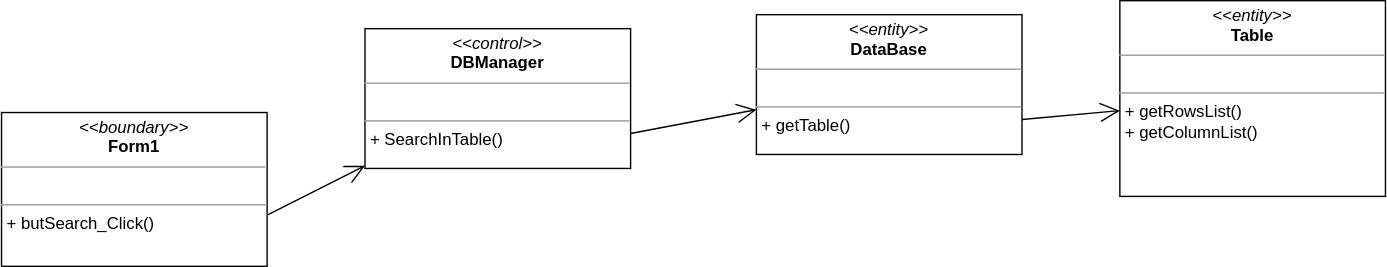
Before: 1etap/2diagram.svg, a diagram exported from draw.io (Afformativ/ITLAB). Source tidied: cells renumbered, new cells last; positions are measured from the earlier drawing's top-left corner, leaving out a move shared by most shapes. Its diagram source:
```xml
<mxGraphModel>
  <root>
    <mxCell id="0" />
    <mxCell id="1" parent="0" />
    <mxCell id="2" value="&lt;p style=&quot;margin:0px;margin-top:4px;text-align:center;&quot;&gt;&lt;i&gt;&amp;lt;&amp;lt;boundary&amp;gt;&amp;gt;&lt;/i&gt;&lt;br&gt;&lt;b&gt;Form1&lt;/b&gt;&lt;/p&gt;&lt;hr size=&quot;1&quot;&gt;&lt;p style=&quot;margin:0px;margin-left:4px;&quot;&gt;&lt;br&gt;&lt;/p&gt;&lt;hr size=&quot;1&quot;&gt;&lt;p style=&quot;margin:0px;margin-left:4px;&quot;&gt;+ butSearch_Click()&lt;/p&gt;" style="verticalAlign=top;align=left;overflow=fill;fontSize=12;fontFamily=Helvetica;html=1;" parent="1" vertex="1">
      <mxGeometry y="80" width="190" height="110" as="geometry" />
    </mxCell>
    <mxCell id="3" style="endArrow=open;endFill=1;endSize=12;html=1;rounded=0;exitX=1.004;exitY=0.664;exitDx=0;exitDy=0;exitPerimeter=0;" parent="1" edge="1" source="2" target="4">
      <mxGeometry relative="1" as="geometry" />
    </mxCell>
    <mxCell id="4" value="&lt;p style=&quot;margin:0px;margin-top:4px;text-align:center;&quot;&gt;&lt;i&gt;&amp;lt;&amp;lt;control&amp;gt;&amp;gt;&lt;/i&gt;&lt;br&gt;&lt;b&gt;DBManager&lt;/b&gt;&lt;/p&gt;&lt;hr size=&quot;1&quot;&gt;&lt;p style=&quot;margin:0px;margin-left:4px;&quot;&gt;&lt;br&gt;&lt;/p&gt;&lt;hr size=&quot;1&quot;&gt;&lt;p style=&quot;margin:0px;margin-left:4px;&quot;&gt;+ SearchInTable()&lt;/p&gt;" style="verticalAlign=top;align=left;overflow=fill;fontSize=12;fontFamily=Helvetica;html=1;" parent="1" vertex="1">
      <mxGeometry x="260" y="20" width="190" height="100" as="geometry" />
    </mxCell>
    <mxCell id="5" style="endArrow=open;endFill=1;endSize=12;html=1;rounded=0;exitX=1;exitY=0.75;exitDx=0;exitDy=0;" parent="1" edge="1" source="4" target="6">
      <mxGeometry relative="1" as="geometry" />
    </mxCell>
    <mxCell id="6" value="&lt;p style=&quot;margin:0px;margin-top:4px;text-align:center;&quot;&gt;&lt;i&gt;&amp;lt;&amp;lt;entity&amp;gt;&amp;gt;&lt;/i&gt;&lt;br&gt;&lt;b&gt;DataBase&lt;/b&gt;&lt;/p&gt;&lt;hr size=&quot;1&quot;&gt;&lt;p style=&quot;margin:0px;margin-left:4px;&quot;&gt;&lt;br&gt;&lt;/p&gt;&lt;hr size=&quot;1&quot;&gt;&lt;p style=&quot;margin:0px;margin-left:4px;&quot;&gt;+ getTable()&lt;/p&gt;" style="verticalAlign=top;align=left;overflow=fill;fontSize=12;fontFamily=Helvetica;html=1;" parent="1" vertex="1">
      <mxGeometry x="540" y="10" width="190" height="100" as="geometry" />
    </mxCell>
    <mxCell id="7" style="endArrow=open;endFill=1;endSize=12;html=1;rounded=0;exitX=1;exitY=0.75;exitDx=0;exitDy=0;" parent="1" edge="1" source="6" target="8">
      <mxGeometry relative="1" as="geometry" />
    </mxCell>
    <mxCell id="8" value="&lt;p style=&quot;margin:0px;margin-top:4px;text-align:center;&quot;&gt;&lt;i&gt;&amp;lt;&amp;lt;entity&amp;gt;&amp;gt;&lt;/i&gt;&lt;br&gt;&lt;b&gt;Table&lt;/b&gt;&lt;/p&gt;&lt;hr size=&quot;1&quot;&gt;&lt;p style=&quot;margin:0px;margin-left:4px;&quot;&gt;&lt;br&gt;&lt;/p&gt;&lt;hr size=&quot;1&quot;&gt;&lt;p style=&quot;margin:0px;margin-left:4px;&quot;&gt;+ getRowsList()&lt;/p&gt;&lt;p style=&quot;margin:0px;margin-left:4px;&quot;&gt;+ getColumnList()&lt;/p&gt;" style="verticalAlign=top;align=left;overflow=fill;fontSize=12;fontFamily=Helvetica;html=1;" parent="1" vertex="1">
      <mxGeometry x="800" width="190" height="140" as="geometry" />
    </mxCell>
  </root>
</mxGraphModel>
```
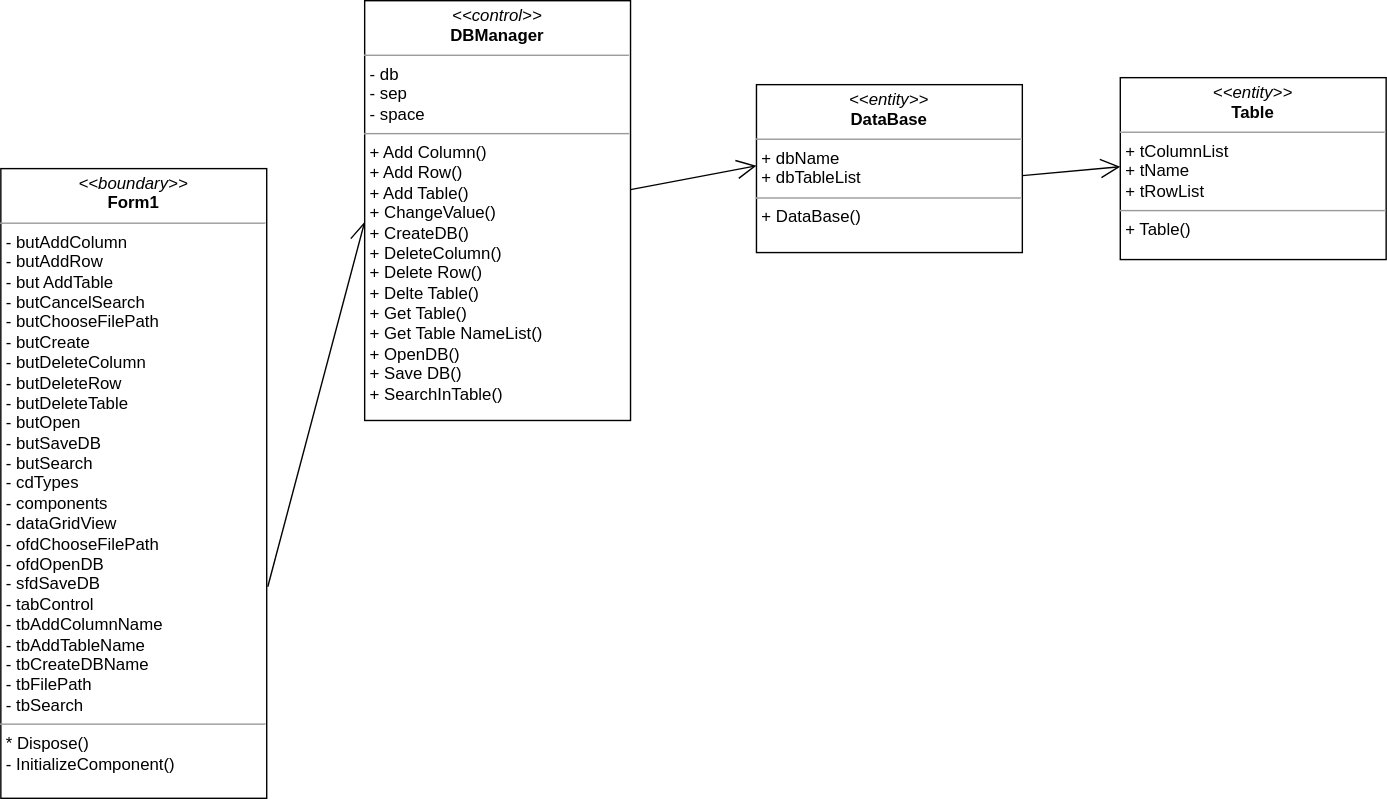
Later version of the same file.

The edit, as a diff of the source:
```diff
@@ -2,26 +2,34 @@
   <root>
     <mxCell id="0" />
     <mxCell id="1" parent="0" />
-    <mxCell id="2" value="&lt;p style=&quot;margin:0px;margin-top:4px;text-align:center;&quot;&gt;&lt;i&gt;&amp;lt;&amp;lt;boundary&amp;gt;&amp;gt;&lt;/i&gt;&lt;br&gt;&lt;b&gt;Form1&lt;/b&gt;&lt;/p&gt;&lt;hr size=&quot;1&quot;&gt;&lt;p style=&quot;margin:0px;margin-left:4px;&quot;&gt;&lt;br&gt;&lt;/p&gt;&lt;hr size=&quot;1&quot;&gt;&lt;p style=&quot;margin:0px;margin-left:4px;&quot;&gt;+ butSearch_Click()&lt;/p&gt;" style="verticalAlign=top;align=left;overflow=fill;fontSize=12;fontFamily=Helvetica;html=1;" parent="1" vertex="1">
-      <mxGeometry y="80" width="190" height="110" as="geometry" />
+    <mxCell id="2" value="&lt;p style=&quot;margin:0px;margin-top:4px;text-align:center;&quot;&gt;&lt;i&gt;&amp;lt;&amp;lt;boundary&amp;gt;&amp;gt;&lt;/i&gt;&lt;br&gt;&lt;b&gt;Form1&lt;/b&gt;&lt;/p&gt;&lt;hr size=&quot;1&quot;&gt;&lt;p style=&quot;margin:0px;margin-left:4px;&quot;&gt;- butAddColumn&lt;/p&gt;&lt;p style=&quot;margin:0px;margin-left:4px;&quot;&gt;- butAddRow&lt;/p&gt;&lt;p style=&quot;margin:0px;margin-left:4px;&quot;&gt;- but AddTable&lt;/p&gt;&lt;p style=&quot;margin:0px;margin-left:4px;&quot;&gt;- butCancelSearch&lt;/p&gt;&lt;p style=&quot;margin:0px;margin-left:4px;&quot;&gt;- butChooseFilePath&lt;/p&gt;&lt;p style=&quot;margin:0px;margin-left:4px;&quot;&gt;- butCreate&lt;/p&gt;&lt;p style=&quot;margin:0px;margin-left:4px;&quot;&gt;- butDeleteColumn&lt;/p&gt;&lt;p style=&quot;margin:0px;margin-left:4px;&quot;&gt;- butDeleteRow&lt;/p&gt;&lt;p style=&quot;margin:0px;margin-left:4px;&quot;&gt;- butDeleteTable&lt;/p&gt;&lt;p style=&quot;margin:0px;margin-left:4px;&quot;&gt;- butOpen&lt;/p&gt;&lt;p style=&quot;margin:0px;margin-left:4px;&quot;&gt;- butSaveDB&lt;/p&gt;&lt;p style=&quot;margin:0px;margin-left:4px;&quot;&gt;- butSearch&lt;/p&gt;&lt;p style=&quot;margin:0px;margin-left:4px;&quot;&gt;- cdTypes&lt;/p&gt;&lt;p style=&quot;margin:0px;margin-left:4px;&quot;&gt;- components&lt;/p&gt;&lt;p style=&quot;margin:0px;margin-left:4px;&quot;&gt;- dataGridView&lt;/p&gt;&lt;p style=&quot;margin:0px;margin-left:4px;&quot;&gt;- ofdChooseFilePath&lt;/p&gt;&lt;p style=&quot;margin:0px;margin-left:4px;&quot;&gt;- ofdOpenDB&lt;/p&gt;&lt;p style=&quot;margin:0px;margin-left:4px;&quot;&gt;- sfdSaveDB&lt;/p&gt;&lt;p style=&quot;margin:0px;margin-left:4px;&quot;&gt;- tabControl&lt;/p&gt;&lt;p style=&quot;margin:0px;margin-left:4px;&quot;&gt;- tbAddColumnName&lt;/p&gt;&lt;p style=&quot;margin:0px;margin-left:4px;&quot;&gt;- tbAddTableName&lt;/p&gt;&lt;p style=&quot;margin:0px;margin-left:4px;&quot;&gt;- tbCreateDBName&lt;/p&gt;&lt;p style=&quot;margin:0px;margin-left:4px;&quot;&gt;- tbFilePath&lt;/p&gt;&lt;p style=&quot;margin:0px;margin-left:4px;&quot;&gt;- tbSearch&lt;/p&gt;&lt;hr size=&quot;1&quot;&gt;&lt;p style=&quot;margin:0px;margin-left:4px;&quot;&gt;* Dispose()&lt;/p&gt;&lt;p style=&quot;margin:0px;margin-left:4px;&quot;&gt;- InitializeComponent()&lt;/p&gt;&lt;p style=&quot;margin:0px;margin-left:4px;&quot;&gt;&lt;br&gt;&lt;/p&gt;" style="verticalAlign=top;align=left;overflow=fill;fontSize=12;fontFamily=Helvetica;html=1;" parent="1" vertex="1">
+      <mxGeometry y="80" width="190" height="450" as="geometry" />
     </mxCell>
-    <mxCell id="3" style="endArrow=open;endFill=1;endSize=12;html=1;rounded=0;exitX=1.004;exitY=0.664;exitDx=0;exitDy=0;exitPerimeter=0;" parent="1" edge="1" source="2" target="4">
-      <mxGeometry relative="1" as="geometry" />
+    <mxCell id="3" style="endArrow=open;endFill=1;endSize=12;html=1;rounded=0;exitX=1.004;exitY=0.664;exitDx=0;exitDy=0;exitPerimeter=0;" parent="1" edge="1" source="2">
+      <mxGeometry relative="1" as="geometry">
+        <mxPoint x="260" y="118" as="targetPoint" />
+      </mxGeometry>
     </mxCell>
-    <mxCell id="4" value="&lt;p style=&quot;margin:0px;margin-top:4px;text-align:center;&quot;&gt;&lt;i&gt;&amp;lt;&amp;lt;control&amp;gt;&amp;gt;&lt;/i&gt;&lt;br&gt;&lt;b&gt;DBManager&lt;/b&gt;&lt;/p&gt;&lt;hr size=&quot;1&quot;&gt;&lt;p style=&quot;margin:0px;margin-left:4px;&quot;&gt;&lt;br&gt;&lt;/p&gt;&lt;hr size=&quot;1&quot;&gt;&lt;p style=&quot;margin:0px;margin-left:4px;&quot;&gt;+ SearchInTable()&lt;/p&gt;" style="verticalAlign=top;align=left;overflow=fill;fontSize=12;fontFamily=Helvetica;html=1;" parent="1" vertex="1">
-      <mxGeometry x="260" y="20" width="190" height="100" as="geometry" />
-    </mxCell>
-    <mxCell id="5" style="endArrow=open;endFill=1;endSize=12;html=1;rounded=0;exitX=1;exitY=0.75;exitDx=0;exitDy=0;" parent="1" edge="1" source="4" target="6">
-      <mxGeometry relative="1" as="geometry" />
+    <mxCell id="5" style="endArrow=open;endFill=1;endSize=12;html=1;rounded=0;exitX=1;exitY=0.75;exitDx=0;exitDy=0;" parent="1" edge="1">
+      <mxGeometry relative="1" as="geometry">
+        <mxPoint x="450" y="95" as="sourcePoint" />
+        <mxPoint x="540" y="78" as="targetPoint" />
+      </mxGeometry>
     </mxCell>
-    <mxCell id="6" value="&lt;p style=&quot;margin:0px;margin-top:4px;text-align:center;&quot;&gt;&lt;i&gt;&amp;lt;&amp;lt;entity&amp;gt;&amp;gt;&lt;/i&gt;&lt;br&gt;&lt;b&gt;DataBase&lt;/b&gt;&lt;/p&gt;&lt;hr size=&quot;1&quot;&gt;&lt;p style=&quot;margin:0px;margin-left:4px;&quot;&gt;&lt;br&gt;&lt;/p&gt;&lt;hr size=&quot;1&quot;&gt;&lt;p style=&quot;margin:0px;margin-left:4px;&quot;&gt;+ getTable()&lt;/p&gt;" style="verticalAlign=top;align=left;overflow=fill;fontSize=12;fontFamily=Helvetica;html=1;" parent="1" vertex="1">
-      <mxGeometry x="540" y="10" width="190" height="100" as="geometry" />
-    </mxCell>
-    <mxCell id="7" style="endArrow=open;endFill=1;endSize=12;html=1;rounded=0;exitX=1;exitY=0.75;exitDx=0;exitDy=0;" parent="1" edge="1" source="6" target="8">
-      <mxGeometry relative="1" as="geometry" />
+    <mxCell id="7" style="endArrow=open;endFill=1;endSize=12;html=1;rounded=0;exitX=1;exitY=0.75;exitDx=0;exitDy=0;" parent="1" edge="1">
+      <mxGeometry relative="1" as="geometry">
+        <mxPoint x="730" y="85" as="sourcePoint" />
+        <mxPoint x="800" y="78.6" as="targetPoint" />
+      </mxGeometry>
     </mxCell>
-    <mxCell id="8" value="&lt;p style=&quot;margin:0px;margin-top:4px;text-align:center;&quot;&gt;&lt;i&gt;&amp;lt;&amp;lt;entity&amp;gt;&amp;gt;&lt;/i&gt;&lt;br&gt;&lt;b&gt;Table&lt;/b&gt;&lt;/p&gt;&lt;hr size=&quot;1&quot;&gt;&lt;p style=&quot;margin:0px;margin-left:4px;&quot;&gt;&lt;br&gt;&lt;/p&gt;&lt;hr size=&quot;1&quot;&gt;&lt;p style=&quot;margin:0px;margin-left:4px;&quot;&gt;+ getRowsList()&lt;/p&gt;&lt;p style=&quot;margin:0px;margin-left:4px;&quot;&gt;+ getColumnList()&lt;/p&gt;" style="verticalAlign=top;align=left;overflow=fill;fontSize=12;fontFamily=Helvetica;html=1;" parent="1" vertex="1">
-      <mxGeometry x="800" width="190" height="140" as="geometry" />
-    </mxCell>
+    <mxCell id="9" value="&lt;p style=&quot;margin:0px;margin-top:4px;text-align:center;&quot;&gt;&lt;i&gt;&amp;lt;&amp;lt;control&amp;gt;&amp;gt;&lt;/i&gt;&lt;br&gt;&lt;b&gt;DBManager&lt;/b&gt;&lt;/p&gt;&lt;hr size=&quot;1&quot;&gt;&lt;p style=&quot;margin:0px;margin-left:4px;&quot;&gt;- db&lt;/p&gt;&lt;p style=&quot;margin:0px;margin-left:4px;&quot;&gt;- sep&lt;/p&gt;&lt;p style=&quot;margin:0px;margin-left:4px;&quot;&gt;- space&lt;/p&gt;&lt;hr size=&quot;1&quot;&gt;&lt;p style=&quot;margin:0px;margin-left:4px;&quot;&gt;+ Add Column()&lt;/p&gt;&lt;p style=&quot;margin:0px;margin-left:4px;&quot;&gt;+ Add Row()&lt;/p&gt;&lt;p style=&quot;margin:0px;margin-left:4px;&quot;&gt;+ Add Table()&lt;/p&gt;&lt;p style=&quot;margin:0px;margin-left:4px;&quot;&gt;+ ChangeValue()&lt;/p&gt;&lt;p style=&quot;margin:0px;margin-left:4px;&quot;&gt;+ CreateDB()&lt;/p&gt;&lt;p style=&quot;margin:0px;margin-left:4px;&quot;&gt;+ DeleteColumn()&lt;/p&gt;&lt;p style=&quot;margin:0px;margin-left:4px;&quot;&gt;+ Delete Row()&lt;/p&gt;&lt;p style=&quot;margin:0px;margin-left:4px;&quot;&gt;+ Delte Table()&lt;/p&gt;&lt;p style=&quot;margin:0px;margin-left:4px;&quot;&gt;+ Get Table()&lt;/p&gt;&lt;p style=&quot;margin:0px;margin-left:4px;&quot;&gt;+ Get Table NameList()&lt;/p&gt;&lt;p style=&quot;margin:0px;margin-left:4px;&quot;&gt;+ OpenDB()&lt;/p&gt;&lt;p style=&quot;margin:0px;margin-left:4px;&quot;&gt;+ Save DB()&lt;/p&gt;&lt;p style=&quot;margin:0px;margin-left:4px;&quot;&gt;+ SearchInTable()&lt;/p&gt;" style="verticalAlign=top;align=left;overflow=fill;fontSize=12;fontFamily=Helvetica;html=1;" parent="1" vertex="1">
+      <mxGeometry x="260" y="-40" width="190" height="300" as="geometry" />
+    </mxCell>
+    <mxCell id="10" value="&lt;p style=&quot;margin:0px;margin-top:4px;text-align:center;&quot;&gt;&lt;i&gt;&amp;lt;&amp;lt;entity&amp;gt;&amp;gt;&lt;/i&gt;&lt;br&gt;&lt;b&gt;DataBase&lt;/b&gt;&lt;/p&gt;&lt;hr size=&quot;1&quot;&gt;&lt;p style=&quot;margin:0px;margin-left:4px;&quot;&gt;+ dbName&lt;/p&gt;&lt;p style=&quot;margin:0px;margin-left:4px;&quot;&gt;+ dbTableList&lt;/p&gt;&lt;hr size=&quot;1&quot;&gt;&lt;p style=&quot;margin:0px;margin-left:4px;&quot;&gt;+ DataBase()&lt;/p&gt;" style="verticalAlign=top;align=left;overflow=fill;fontSize=12;fontFamily=Helvetica;html=1;" parent="1" vertex="1">
+      <mxGeometry x="540" y="20" width="190" height="120" as="geometry" />
+    </mxCell>
+    <mxCell id="11" value="&lt;p style=&quot;margin:0px;margin-top:4px;text-align:center;&quot;&gt;&lt;i&gt;&amp;lt;&amp;lt;entity&amp;gt;&amp;gt;&lt;/i&gt;&lt;br&gt;&lt;b&gt;Table&lt;/b&gt;&lt;/p&gt;&lt;hr size=&quot;1&quot;&gt;&lt;p style=&quot;margin:0px;margin-left:4px;&quot;&gt;+ tColumnList&lt;/p&gt;&lt;p style=&quot;margin:0px;margin-left:4px;&quot;&gt;+ tName&lt;/p&gt;&lt;p style=&quot;margin:0px;margin-left:4px;&quot;&gt;+ tRowList&lt;/p&gt;&lt;hr size=&quot;1&quot;&gt;&lt;p style=&quot;margin:0px;margin-left:4px;&quot;&gt;+ Table()&lt;/p&gt;" style="verticalAlign=top;align=left;overflow=fill;fontSize=12;fontFamily=Helvetica;html=1;" parent="1" vertex="1">
+      <mxGeometry x="800" y="15" width="190" height="130" as="geometry" />
+    </mxCell>
   </root>
 </mxGraphModel>
```
